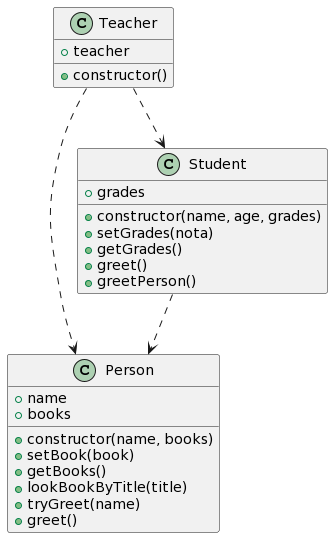
The PlantUML diagram samples/JavaScript_Samples/School/projectUML.png in AdrianEpi/UMLConverter, before a commit. Source of this version:
```plantuml
@startuml
!theme _none_
class Person {
    + constructor(name, books)
    + setBook(book)
    + getBooks()
    + lookBookByTitle(title)
    + tryGreet(name)
    + greet()
    +  name
    +  books
}


class Student {
    + constructor(name, age, grades)
    + setGrades(nota)
    + getGrades()
    + greet()
    + greetPerson()
    +  grades
}


class Teacher {
    + constructor()
    +  teacher
}

Student --> Person #line.dashed
Teacher --> Person #line.dashed
Teacher --> Student #line.dashed
@enduml
```
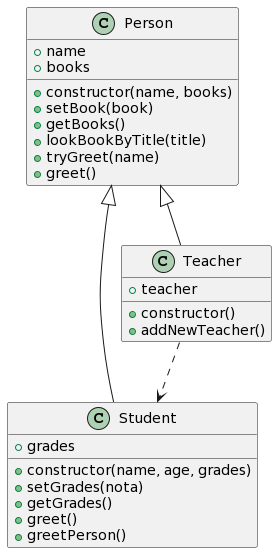
Later version of the same file.

Change to the diagram source:
```diff
@@ -11,7 +11,7 @@
     +  books
 }
 
-
+Person <|-- Student
 class Student {
     + constructor(name, age, grades)
     + setGrades(nota)
@@ -21,13 +21,12 @@
     +  grades
 }
 
-
+Person <|-- Teacher
 class Teacher {
     + constructor()
+    + addNewTeacher()
     +  teacher
 }
 
-Student --> Person #line.dashed
-Teacher --> Person #line.dashed
 Teacher --> Student #line.dashed
 @enduml
```
